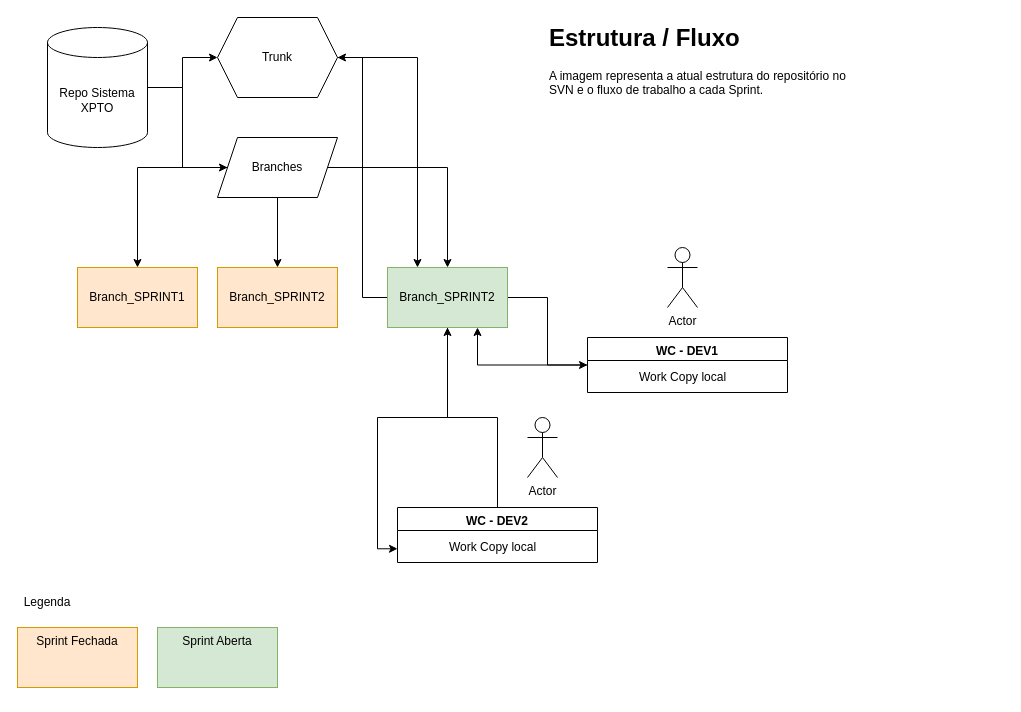
The draw.io diagram EstruturaFluxo.drawio in Lompzx/xpedu-ars-pa-sprint1, before the edit. Source tidied: cells renumbered, new cells numbered last; positions are measured from the earlier drawing's top-left corner, leaving out a move shared by most shapes. Both pictures are drawn from the tidied source at 100%, with x=0, y=0 at pixel (17, 17).
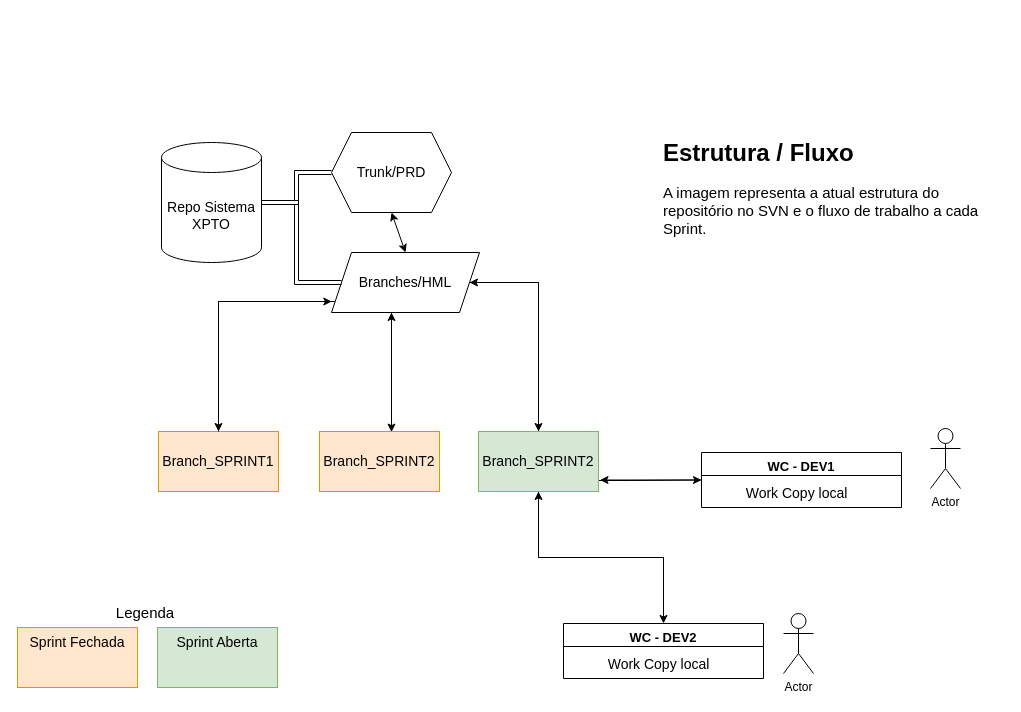
The same diagram, later.

Change to the diagram source:
```diff
@@
-    <mxCell id="2" style="edgeStyle=orthogonalEdgeStyle;rounded=0;jettySize=auto;html=1;entryX=0.25;entryY=0;entryDx=0;entryDy=0;fontFamily=Helvetica;fontSize=12;fontColor=default;" parent="1" edge="1" source="3" target="13">
-      <mxGeometry relative="1" as="geometry" />
-    </mxCell>
-    <mxCell id="3" value="Trunk" style="shape=hexagon;perimeter=hexagonPerimeter2;whiteSpace=wrap;html=1;fixedSize=1;" parent="1" vertex="1">
-      <mxGeometry x="200" width="120" height="80" as="geometry" />
+    <mxCell id="3" value="&lt;font style=&quot;font-size: 14px;&quot;&gt;Trunk/PRD&lt;/font&gt;" style="shape=hexagon;perimeter=hexagonPerimeter2;whiteSpace=wrap;html=1;fixedSize=1;" parent="1" vertex="1">
+      <mxGeometry x="314" y="115" width="120" height="80" as="geometry" />
     </mxCell>
-    <mxCell id="4" value="Branch_SPRINT1" style="rounded=0;whiteSpace=wrap;html=1;fillColor=#ffe6cc;strokeColor=#d79b00;" parent="1" vertex="1">
-      <mxGeometry x="60" y="250" width="120" height="60" as="geometry" />
+    <mxCell id="4" value="&lt;font style=&quot;font-size: 14px;&quot;&gt;Branch_SPRINT1&lt;/font&gt;" style="rounded=0;whiteSpace=wrap;html=1;fillColor=#ffe6cc;strokeColor=#d79b00;" parent="1" vertex="1">
+      <mxGeometry x="141" y="414" width="120" height="60" as="geometry" />
     </mxCell>
+    <mxCell id="29" style="edgeStyle=orthogonalEdgeStyle;rounded=0;jettySize=auto;html=1;" parent="1" edge="1" source="5" target="9">
+      <mxGeometry relative="1" as="geometry">
+        <Array as="points">
+          <mxPoint x="374" y="385" />
+          <mxPoint x="374" y="385" />
+        </Array>
+      </mxGeometry>
+    </mxCell>
-    <mxCell id="5" value="Branch_SPRINT2" style="rounded=0;whiteSpace=wrap;html=1;fillColor=#ffe6cc;strokeColor=#d79b00;" parent="1" vertex="1">
-      <mxGeometry x="200" y="250" width="120" height="60" as="geometry" />
+    <mxCell id="5" value="&lt;font style=&quot;font-size: 14px;&quot;&gt;Branch_SPRINT2&lt;/font&gt;" style="rounded=0;whiteSpace=wrap;html=1;fillColor=#ffe6cc;strokeColor=#d79b00;" parent="1" vertex="1">
+      <mxGeometry x="302" y="414" width="120" height="60" as="geometry" />
     </mxCell>
-    <mxCell id="6" style="edgeStyle=orthogonalEdgeStyle;rounded=0;jettySize=auto;html=1;entryX=0.5;entryY=0;entryDx=0;entryDy=0;" parent="1" edge="1" source="9" target="4">
-      <mxGeometry relative="1" as="geometry" />
+    <mxCell id="6" style="edgeStyle=orthogonalEdgeStyle;rounded=0;jettySize=auto;html=1;" parent="1" edge="1" source="9" target="4">
+      <mxGeometry relative="1" as="geometry">
+        <Array as="points">
+          <mxPoint x="201" y="284" />
+        </Array>
+      </mxGeometry>
     </mxCell>
-    <mxCell id="7" style="edgeStyle=orthogonalEdgeStyle;rounded=0;jettySize=auto;html=1;entryX=0.5;entryY=0;entryDx=0;entryDy=0;" parent="1" edge="1" source="9" target="5">
-      <mxGeometry relative="1" as="geometry" />
-    </mxCell>
     <mxCell id="8" style="edgeStyle=orthogonalEdgeStyle;rounded=0;jettySize=auto;html=1;entryX=0.5;entryY=0;entryDx=0;entryDy=0;" parent="1" edge="1" source="9" target="13">
-      <mxGeometry relative="1" as="geometry" />
+      <mxGeometry relative="1" as="geometry">
+        <Array as="points">
+          <mxPoint x="521" y="265" />
+        </Array>
+      </mxGeometry>
     </mxCell>
-    <mxCell id="9" value="Branches" style="shape=parallelogram;perimeter=parallelogramPerimeter;whiteSpace=wrap;html=1;fixedSize=1;" parent="1" vertex="1">
-      <mxGeometry x="200" y="120" width="120" height="60" as="geometry" />
+    <mxCell id="9" value="&lt;font style=&quot;font-size: 14px;&quot;&gt;Branches/HML&lt;/font&gt;" style="shape=parallelogram;perimeter=parallelogramPerimeter;whiteSpace=wrap;html=1;fixedSize=1;" parent="1" vertex="1">
+      <mxGeometry x="314" y="235" width="148" height="60" as="geometry" />
     </mxCell>
+    <mxCell id="30" style="edgeStyle=orthogonalEdgeStyle;rounded=0;jettySize=auto;html=1;entryX=1;entryY=0.5;entryDx=0;entryDy=0;" parent="1" edge="1" source="13" target="9">
+      <mxGeometry relative="1" as="geometry">
+        <Array as="points">
+          <mxPoint x="521" y="265" />
+        </Array>
+      </mxGeometry>
+    </mxCell>
+    <mxCell id="11" style="edgeStyle=orthogonalEdgeStyle;rounded=0;jettySize=auto;html=1;entryX=0;entryY=0.5;entryDx=0;entryDy=0;" parent="1" edge="1" source="13" target="19">
+      <mxGeometry relative="1" as="geometry">
+        <Array as="points">
+          <mxPoint x="613" y="463" />
+          <mxPoint x="613" y="463" />
+        </Array>
+      </mxGeometry>
+    </mxCell>
-    <mxCell id="10" style="edgeStyle=orthogonalEdgeStyle;rounded=0;jettySize=auto;html=1;entryX=0;entryY=0.75;entryDx=0;entryDy=0;fontFamily=Helvetica;fontSize=12;fontColor=default;" parent="1" edge="1" source="13" target="23">
+    <mxCell id="10" style="edgeStyle=orthogonalEdgeStyle;rounded=0;jettySize=auto;html=1;entryX=0.5;entryY=0;entryDx=0;entryDy=0;" parent="1" edge="1" source="13" target="23">
       <mxGeometry relative="1" as="geometry" />
     </mxCell>
-    <mxCell id="11" style="edgeStyle=orthogonalEdgeStyle;rounded=0;jettySize=auto;html=1;entryX=0;entryY=0.5;entryDx=0;entryDy=0;fontFamily=Helvetica;fontSize=12;fontColor=default;" parent="1" edge="1" source="13" target="19">
-      <mxGeometry relative="1" as="geometry" />
-    </mxCell>
-    <mxCell id="12" style="edgeStyle=orthogonalEdgeStyle;rounded=0;jettySize=auto;html=1;entryX=1;entryY=0.5;entryDx=0;entryDy=0;fontFamily=Helvetica;fontSize=12;fontColor=default;" parent="1" edge="1" source="13" target="3">
-      <mxGeometry relative="1" as="geometry" />
-    </mxCell>
-    <mxCell id="13" value="Branch_SPRINT2" style="rounded=0;whiteSpace=wrap;html=1;fillColor=#d5e8d4;strokeColor=#82b366;" parent="1" vertex="1">
-      <mxGeometry x="370" y="250" width="120" height="60" as="geometry" />
+    <mxCell id="13" value="&lt;font style=&quot;font-size: 14px;&quot;&gt;Branch_SPRINT2&lt;/font&gt;" style="rounded=0;whiteSpace=wrap;html=1;fillColor=#d5e8d4;strokeColor=#82b366;" parent="1" vertex="1">
+      <mxGeometry x="461" y="414" width="120" height="60" as="geometry" />
     </mxCell>
-    <mxCell id="14" style="edgeStyle=orthogonalEdgeStyle;rounded=0;jettySize=auto;html=1;entryX=0;entryY=0.5;entryDx=0;entryDy=0;exitX=1;exitY=0.5;exitDx=0;exitDy=0;exitPerimeter=0;" parent="1" edge="1" source="16" target="3">
+    <mxCell id="14" style="edgeStyle=orthogonalEdgeStyle;rounded=0;jettySize=auto;html=1;entryX=0;entryY=0.5;entryDx=0;entryDy=0;exitX=1;exitY=0.5;exitDx=0;exitDy=0;exitPerimeter=0;shape=link;" parent="1" edge="1" source="16" target="3">
       <mxGeometry relative="1" as="geometry" />
     </mxCell>
-    <mxCell id="15" style="edgeStyle=orthogonalEdgeStyle;rounded=0;jettySize=auto;html=1;" parent="1" edge="1" source="16" target="9">
+    <mxCell id="15" style="edgeStyle=orthogonalEdgeStyle;rounded=0;jettySize=auto;html=1;shape=link;" parent="1" edge="1" source="16" target="9">
       <mxGeometry relative="1" as="geometry" />
     </mxCell>
-    <mxCell id="16" value="Repo Sistema XPTO" style="shape=cylinder3;whiteSpace=wrap;html=1;boundedLbl=1;backgroundOutline=1;size=15;" parent="1" vertex="1">
-      <mxGeometry x="30" y="10" width="100" height="120" as="geometry" />
+    <mxCell id="16" value="&lt;font style=&quot;font-size: 14px;&quot;&gt;Repo Sistema XPTO&lt;/font&gt;" style="shape=cylinder3;whiteSpace=wrap;html=1;boundedLbl=1;backgroundOutline=1;size=15;" parent="1" vertex="1">
+      <mxGeometry x="144" y="125" width="100" height="120" as="geometry" />
     </mxCell>
     <mxCell id="17" value="Actor" style="shape=umlActor;verticalLabelPosition=bottom;verticalAlign=top;html=1;shadow=0;" parent="1" vertex="1">
-      <mxGeometry x="650" y="230" width="30" height="60" as="geometry" />
+      <mxGeometry x="913" y="411" width="30" height="60" as="geometry" />
     </mxCell>
-    <mxCell id="18" style="edgeStyle=orthogonalEdgeStyle;rounded=0;jettySize=auto;html=1;entryX=0.75;entryY=1;entryDx=0;entryDy=0;fontFamily=Helvetica;fontSize=12;fontColor=default;" parent="1" edge="1" source="19" target="13">
-      <mxGeometry relative="1" as="geometry" />
-    </mxCell>
+    <mxCell id="31" style="edgeStyle=orthogonalEdgeStyle;rounded=0;jettySize=auto;html=1;" parent="1" edge="1" source="19">
+      <mxGeometry relative="1" as="geometry">
+        <mxPoint x="582.5" y="462.5" as="targetPoint" />
+      </mxGeometry>
+    </mxCell>
-    <mxCell id="19" value="WC - DEV1" style="swimlane;whiteSpace=wrap;html=1;strokeColor=default;align=center;verticalAlign=top;fontFamily=Helvetica;fontSize=12;fontColor=default;fillColor=default;" parent="1" vertex="1">
-      <mxGeometry x="570" y="320" width="200" height="55" as="geometry" />
+    <mxCell id="19" value="&lt;font style=&quot;font-size: 13px;&quot;&gt;WC - DEV1&lt;/font&gt;" style="swimlane;whiteSpace=wrap;html=1;strokeColor=default;align=center;verticalAlign=top;fontFamily=Helvetica;fontSize=12;fontColor=default;fillColor=default;" parent="1" vertex="1">
+      <mxGeometry x="684" y="435" width="200" height="55" as="geometry" />
     </mxCell>
-    <mxCell id="20" value="Work Copy local" style="text;html=1;align=center;verticalAlign=middle;strokeColor=none;fillColor=none;fontFamily=Helvetica;fontSize=12;fontColor=default;" parent="19" vertex="1">
-      <mxGeometry x="40" y="25" width="110" height="30" as="geometry" />
+    <mxCell id="20" value="&lt;font style=&quot;font-size: 14px;&quot;&gt;Work Copy local&lt;/font&gt;" style="text;html=1;align=center;verticalAlign=middle;strokeColor=none;fillColor=none;fontFamily=Helvetica;fontSize=12;fontColor=default;" parent="19" vertex="1">
+      <mxGeometry x="35" y="26" width="120" height="29" as="geometry" />
     </mxCell>
     <mxCell id="21" value="Actor" style="shape=umlActor;verticalLabelPosition=bottom;verticalAlign=top;html=1;shadow=0;" parent="1" vertex="1">
-      <mxGeometry x="510" y="400" width="30" height="60" as="geometry" />
+      <mxGeometry x="766" y="596" width="30" height="60" as="geometry" />
     </mxCell>
-    <mxCell id="22" style="edgeStyle=orthogonalEdgeStyle;rounded=0;jettySize=auto;html=1;entryX=0.5;entryY=1;entryDx=0;entryDy=0;fontFamily=Helvetica;fontSize=12;fontColor=default;" parent="1" edge="1" source="23" target="13">
-      <mxGeometry relative="1" as="geometry" />
-    </mxCell>
-    <mxCell id="23" value="WC - DEV2" style="swimlane;whiteSpace=wrap;html=1;strokeColor=default;align=center;verticalAlign=top;fontFamily=Helvetica;fontSize=12;fontColor=default;fillColor=default;" parent="1" vertex="1">
-      <mxGeometry x="380" y="490" width="200" height="55" as="geometry" />
+    <mxCell id="23" value="&lt;font style=&quot;font-size: 13px;&quot;&gt;WC - DEV2&lt;/font&gt;" style="swimlane;whiteSpace=wrap;html=1;strokeColor=default;align=center;verticalAlign=top;fontFamily=Helvetica;fontSize=12;fontColor=default;fillColor=default;" parent="1" vertex="1">
+      <mxGeometry x="546" y="606" width="200" height="55" as="geometry" />
     </mxCell>
-    <mxCell id="24" value="Work Copy local" style="text;html=1;align=center;verticalAlign=middle;strokeColor=none;fillColor=none;fontFamily=Helvetica;fontSize=12;fontColor=default;" parent="23" vertex="1">
-      <mxGeometry x="40" y="25" width="110" height="30" as="geometry" />
+    <mxCell id="24" value="&lt;font style=&quot;font-size: 14px;&quot;&gt;Work Copy local&lt;/font&gt;" style="text;html=1;align=center;verticalAlign=middle;strokeColor=none;fillColor=none;fontFamily=Helvetica;fontSize=12;fontColor=default;" parent="23" vertex="1">
+      <mxGeometry x="35" y="26" width="120" height="29" as="geometry" />
     </mxCell>
-    <mxCell id="25" value="&lt;h1 style=&quot;margin-top: 0px;&quot;&gt;Estrutura / Fluxo&lt;/h1&gt;&lt;p&gt;A imagem representa a atual estrutura do repositório no SVN e o fluxo de trabalho a cada Sprint.&lt;/p&gt;" style="text;html=1;whiteSpace=wrap;overflow=hidden;rounded=0;fontFamily=Helvetica;fontSize=12;fontColor=default;" parent="1" vertex="1">
-      <mxGeometry x="530" width="320" height="90" as="geometry" />
+    <mxCell id="25" value="&lt;h1 style=&quot;margin-top: 0px;&quot;&gt;Estrutura / Fluxo&lt;/h1&gt;&lt;p&gt;&lt;font style=&quot;font-size: 15px;&quot;&gt;A imagem representa a atual estrutura do repositório no SVN e o fluxo de trabalho a cada Sprint.&lt;/font&gt;&lt;/p&gt;" style="text;html=1;whiteSpace=wrap;overflow=hidden;rounded=0;fontFamily=Helvetica;fontSize=12;fontColor=default;strokeWidth=1;" parent="1" vertex="1">
+      <mxGeometry x="644" y="115" width="342" height="121" as="geometry" />
     </mxCell>
-    <mxCell id="26" value="Sprint Fechada" style="rounded=0;whiteSpace=wrap;html=1;strokeColor=#d79b00;align=center;verticalAlign=top;fontFamily=Helvetica;fontSize=12;fillColor=#ffe6cc;" parent="1" vertex="1">
+    <mxCell id="26" value="&lt;div style=&quot;&quot;&gt;&lt;span style=&quot;font-size: 14px; background-color: initial;&quot;&gt;Sprint Fechada&lt;/span&gt;&lt;/div&gt;" style="rounded=0;whiteSpace=wrap;html=1;strokeColor=#d79b00;align=center;verticalAlign=top;fontFamily=Helvetica;fontSize=12;fillColor=#ffe6cc;" parent="1" vertex="1">
       <mxGeometry y="610" width="120" height="60" as="geometry" />
     </mxCell>
-    <mxCell id="27" value="Sprint Aberta" style="rounded=0;whiteSpace=wrap;html=1;strokeColor=#82b366;align=center;verticalAlign=top;fontFamily=Helvetica;fontSize=12;fillColor=#d5e8d4;" parent="1" vertex="1">
+    <mxCell id="27" value="&lt;font style=&quot;font-size: 14px;&quot;&gt;Sprint Aberta&lt;/font&gt;" style="rounded=0;whiteSpace=wrap;html=1;strokeColor=#82b366;align=center;verticalAlign=top;fontFamily=Helvetica;fontSize=12;fillColor=#d5e8d4;" parent="1" vertex="1">
       <mxGeometry x="140" y="610" width="120" height="60" as="geometry" />
     </mxCell>
-    <mxCell id="28" value="Legenda" style="text;html=1;align=center;verticalAlign=middle;whiteSpace=wrap;rounded=0;fontFamily=Helvetica;fontSize=12;fontColor=default;" parent="1" vertex="1">
-      <mxGeometry y="570" width="60" height="30" as="geometry" />
+    <mxCell id="28" value="&lt;font style=&quot;font-size: 15px;&quot;&gt;Legenda&lt;/font&gt;" style="text;html=1;align=center;verticalAlign=middle;whiteSpace=wrap;rounded=0;fontFamily=Helvetica;fontSize=12;fontColor=default;" parent="1" vertex="1">
+      <mxGeometry x="98" y="580" width="60" height="30" as="geometry" />
     </mxCell>
+    <mxCell id="32" style="endArrow=classic;startArrow=classic;html=1;rounded=0;entryX=0.5;entryY=1;entryDx=0;entryDy=0;exitX=0.5;exitY=0;exitDx=0;exitDy=0;" parent="1" edge="1" source="9" target="3">
+      <mxGeometry relative="1" as="geometry" />
+    </mxCell>
+    <mxCell id="7" style="edgeStyle=orthogonalEdgeStyle;rounded=0;jettySize=auto;html=1;entryX=0.6;entryY=0.01;entryDx=0;entryDy=0;entryPerimeter=0;" parent="1" edge="1" source="9" target="5">
+      <mxGeometry relative="1" as="geometry">
+        <Array as="points">
+          <mxPoint x="374" y="331" />
+          <mxPoint x="374" y="331" />
+        </Array>
+      </mxGeometry>
+    </mxCell>
+    <mxCell id="33" style="edgeStyle=orthogonalEdgeStyle;rounded=0;jettySize=auto;html=1;entryX=0.002;entryY=0.817;entryDx=0;entryDy=0;entryPerimeter=0;" parent="1" edge="1" source="4" target="9">
+      <mxGeometry relative="1" as="geometry">
+        <Array as="points">
+          <mxPoint x="201" y="284" />
+        </Array>
+      </mxGeometry>
+    </mxCell>
+    <mxCell id="34" style="edgeStyle=orthogonalEdgeStyle;rounded=0;jettySize=auto;html=1;entryX=0.5;entryY=1;entryDx=0;entryDy=0;" parent="1" edge="1" target="13">
+      <mxGeometry relative="1" as="geometry">
+        <mxPoint x="646" y="593" as="sourcePoint" />
+        <Array as="points">
+          <mxPoint x="646" y="540" />
+          <mxPoint x="521" y="540" />
+        </Array>
+      </mxGeometry>
+    </mxCell>
```
